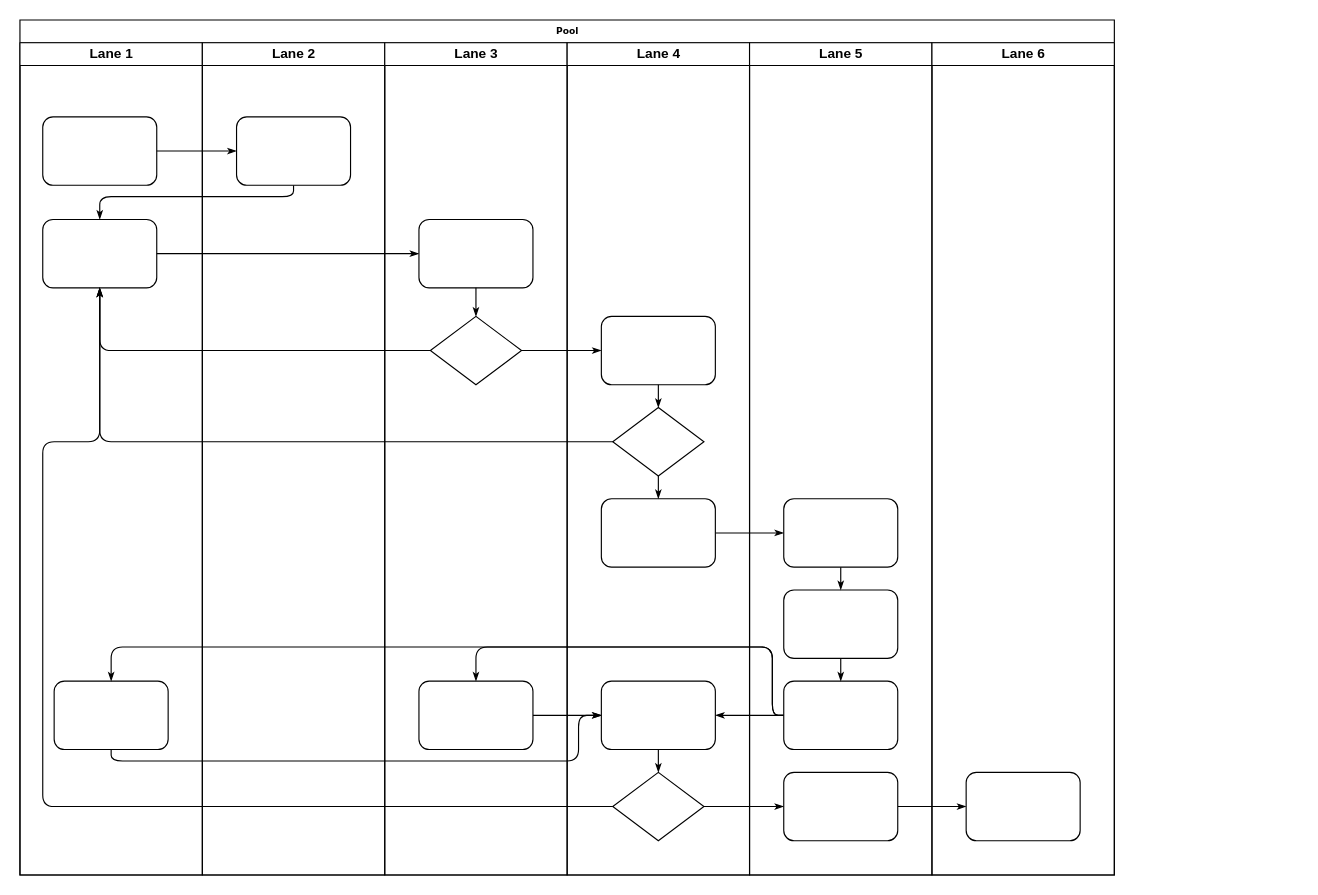
Above: 未命名绘图.drawio in Kaevan/vite-vue3-admin (draw.io), before the change. Source tidied: cells renumbered, new cells numbered last; positions are measured from the earlier drawing's top-left corner, leaving out a move shared by most shapes. Both pictures are drawn from the tidied source at 114%, with x=0, y=0 at pixel (19, 19). Pictures stored in the file or linked from it are replaced by grey dashed boxes.
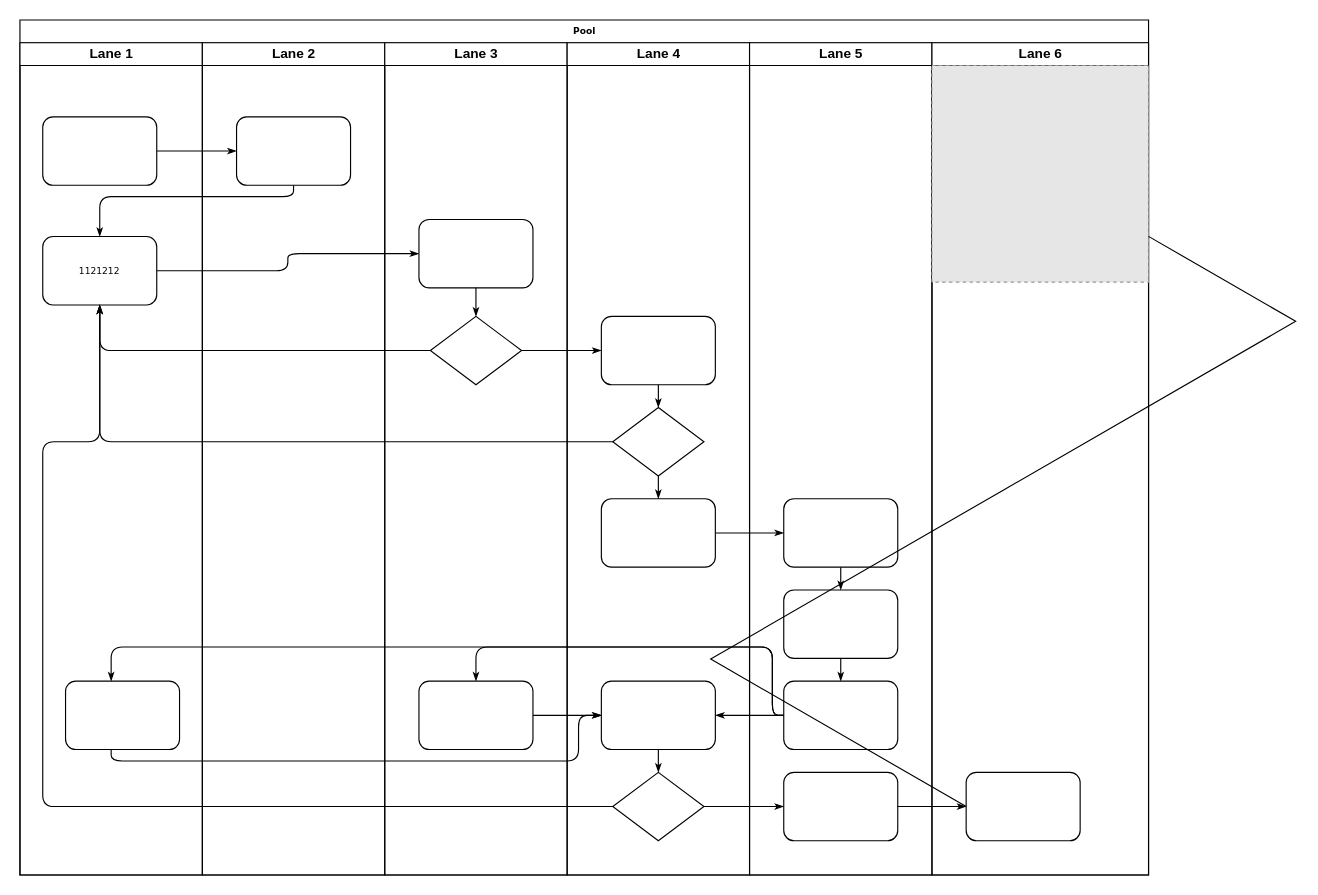
The same diagram, later.

Commit message:
更新未命名绘图.drawio

The change refers to these unchanged cells:
```xml
<mxCell id="3" value="Lane 1" style="swimlane;html=1;startSize=20;" parent="2" vertex="1">
  <mxGeometry y="20" width="160" height="730" as="geometry" />
</mxCell>
<mxCell id="22" value="Lane 2" style="swimlane;html=1;startSize=20;" parent="2" vertex="1">
  <mxGeometry x="160" y="20" width="160" height="730" as="geometry" />
</mxCell>
<mxCell id="46" style="rounded=1;whiteSpace=wrap;html=1;shadow=0;labelBackgroundColor=none;strokeWidth=1;fontFamily=Verdana;fontSize=8;align=center;" parent="45" vertex="1">
  <mxGeometry x="30" y="640" width="100" height="60" as="geometry" />
</mxCell>
```

Change to the diagram source:
```diff
@@
     <mxCell id="2" value="Pool" style="swimlane;html=1;startSize=20;rounded=0;shadow=0;labelBackgroundColor=none;strokeWidth=1;fontFamily=Verdana;fontSize=8;align=center;" parent="1" vertex="1">
-      <mxGeometry width="960" height="750" as="geometry" />
+      <mxGeometry width="990" height="750" as="geometry" />
     </mxCell>
@@
-    <mxCell id="5" style="rounded=1;whiteSpace=wrap;html=1;shadow=0;labelBackgroundColor=none;strokeWidth=1;fontFamily=Verdana;fontSize=8;align=center;" parent="3" vertex="1">
-      <mxGeometry x="20" y="155" width="100" height="60" as="geometry" />
+    <mxCell id="5" value="1121212" style="rounded=1;whiteSpace=wrap;html=1;shadow=0;labelBackgroundColor=none;strokeWidth=1;fontFamily=Verdana;fontSize=8;align=center;" parent="3" vertex="1">
+      <mxGeometry x="20" y="170" width="100" height="60" as="geometry" />
     </mxCell>
     <mxCell id="6" style="rounded=1;whiteSpace=wrap;html=1;shadow=0;labelBackgroundColor=none;strokeWidth=1;fontFamily=Verdana;fontSize=8;align=center;" parent="3" vertex="1">
-      <mxGeometry x="30" y="560" width="100" height="60" as="geometry" />
+      <mxGeometry x="40" y="560" width="100" height="60" as="geometry" />
     </mxCell>
@@
-    <mxCell id="23" style="rounded=1;whiteSpace=wrap;html=1;shadow=0;labelBackgroundColor=none;strokeWidth=1;fontFamily=Verdana;fontSize=8;align=center;" parent="22" vertex="1">
+    <mxCell id="23" style="rounded=1;whiteSpace=wrap;html=1;shadow=0;labelBackgroundColor=none;strokeWidth=1;fontFamily=Verdana;fontSize=8;align=center;direction=east;" parent="22" vertex="1">
       <mxGeometry x="30" y="65" width="100" height="60" as="geometry" />
     </mxCell>
@@
     <mxCell id="45" value="Lane 6" style="swimlane;html=1;startSize=20;" parent="2" vertex="1">
-      <mxGeometry x="800" y="20" width="160" height="730" as="geometry" />
+      <mxGeometry x="800" y="20" width="190" height="730" as="geometry" />
     </mxCell>
@@
+    <mxCell id="47" style="fillColor=#E6E6E6;strokeColor=#999999;dashed=1;verticalLabelPosition=bottom;verticalAlign=top;" parent="45" vertex="1">
+      <mxGeometry y="20" width="190" height="190" as="geometry" />
+    </mxCell>
+    <mxCell id="48" style="edgeStyle=isometricEdgeStyle;endArrow=none;html=1;elbow=vertical;rounded=0;exitX=0;exitY=0.5;exitDx=0;exitDy=0;" parent="45" edge="1" source="46" target="47">
+      <mxGeometry relative="1" as="geometry" />
+    </mxCell>
```
